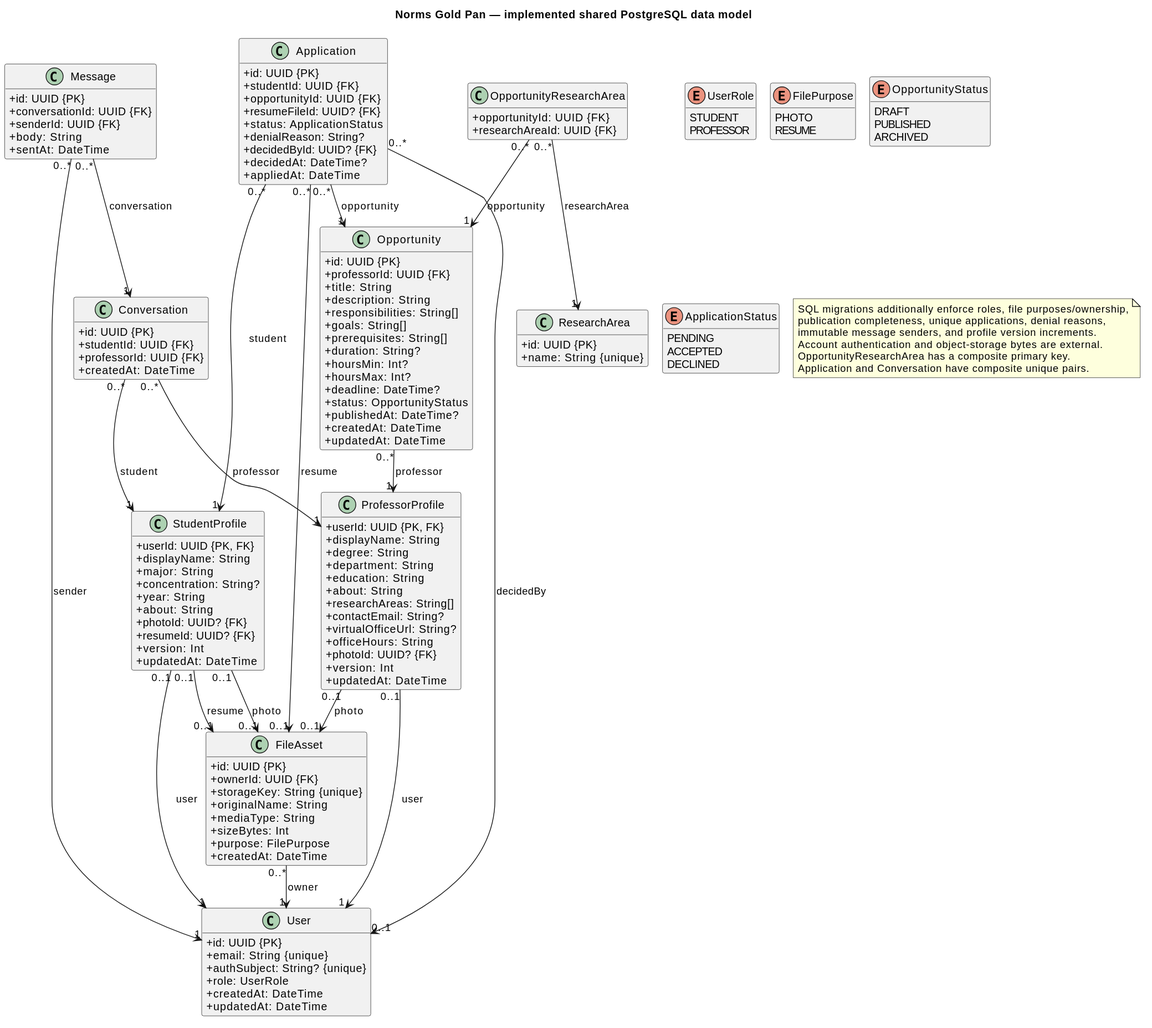
Before: docs/uml/shared-data-class.svg, a diagram exported from PlantUML (jclontz7-commits/3155implementation). The source it was exported from:
```plantuml
@startuml
!pragma layout smetana
skinparam classAttributeIconSize 0
skinparam shadowing false
skinparam backgroundColor white
hide methods
top to bottom direction
title Norms Gold Pan — implemented shared PostgreSQL data model
class User {
  +id: UUID {PK}
  +email: String {unique}
  +authSubject: String? {unique}
  +role: UserRole
  +createdAt: DateTime
  +updatedAt: DateTime
}
class FileAsset {
  +id: UUID {PK}
  +ownerId: UUID {FK}
  +storageKey: String {unique}
  +originalName: String
  +mediaType: String
  +sizeBytes: Int
  +purpose: FilePurpose
  +createdAt: DateTime
}
class StudentProfile {
  +userId: UUID {PK, FK}
  +displayName: String
  +major: String
  +concentration: String?
  +year: String
  +about: String
  +photoId: UUID? {FK}
  +resumeId: UUID? {FK}
  +version: Int
  +updatedAt: DateTime
}
class ProfessorProfile {
  +userId: UUID {PK, FK}
  +displayName: String
  +degree: String
  +department: String
  +education: String
  +about: String
  +researchAreas: String[]
  +contactEmail: String?
  +virtualOfficeUrl: String?
  +officeHours: String
  +photoId: UUID? {FK}
  +version: Int
  +updatedAt: DateTime
}
class ResearchArea {
  +id: UUID {PK}
  +name: String {unique}
}
class Opportunity {
  +id: UUID {PK}
  +professorId: UUID {FK}
  +title: String
  +description: String
  +responsibilities: String[]
  +goals: String[]
  +prerequisites: String[]
  +duration: String?
  +hoursMin: Int?
  +hoursMax: Int?
  +deadline: DateTime?
  +status: OpportunityStatus
  +publishedAt: DateTime?
  +createdAt: DateTime
  +updatedAt: DateTime
}
class OpportunityResearchArea {
  +opportunityId: UUID {FK}
  +researchAreaId: UUID {FK}
}
class Application {
  +id: UUID {PK}
  +studentId: UUID {FK}
  +opportunityId: UUID {FK}
  +resumeFileId: UUID? {FK}
  +status: ApplicationStatus
  +denialReason: String?
  +decidedById: UUID? {FK}
  +decidedAt: DateTime?
  +appliedAt: DateTime
}
class Conversation {
  +id: UUID {PK}
  +studentId: UUID {FK}
  +professorId: UUID {FK}
  +createdAt: DateTime
}
class Message {
  +id: UUID {PK}
  +conversationId: UUID {FK}
  +senderId: UUID {FK}
  +body: String
  +sentAt: DateTime
}
enum UserRole {
  STUDENT
  PROFESSOR
}
enum FilePurpose {
  PHOTO
  RESUME
}
enum OpportunityStatus {
  DRAFT
  PUBLISHED
  ARCHIVED
}
enum ApplicationStatus {
  PENDING
  ACCEPTED
  DECLINED
}
FileAsset "0..*" --> "1" User : owner
StudentProfile "0..1" --> "1" User : user
StudentProfile "0..1" --> "0..1" FileAsset : photo
StudentProfile "0..1" --> "0..1" FileAsset : resume
ProfessorProfile "0..1" --> "1" User : user
ProfessorProfile "0..1" --> "0..1" FileAsset : photo
Opportunity "0..*" --> "1" ProfessorProfile : professor
OpportunityResearchArea "0..*" --> "1" Opportunity : opportunity
OpportunityResearchArea "0..*" --> "1" ResearchArea : researchArea
Application "0..*" --> "1" StudentProfile : student
Application "0..*" --> "1" Opportunity : opportunity
Application "0..*" --> "0..1" FileAsset : resume
Application "0..*" --> "0..1" User : decidedBy
Conversation "0..*" --> "1" StudentProfile : student
Conversation "0..*" --> "1" ProfessorProfile : professor
Message "0..*" --> "1" Conversation : conversation
Message "0..*" --> "1" User : sender
note as Constraints
SQL migrations additionally enforce roles, file purposes/ownership,
publication completeness, unique applications, denial reasons,
immutable message senders, and profile version increments.
Account authentication and object-storage bytes are external.
OpportunityResearchArea has a composite primary key.
Application and Conversation have composite unique pairs.
end note
@enduml
```
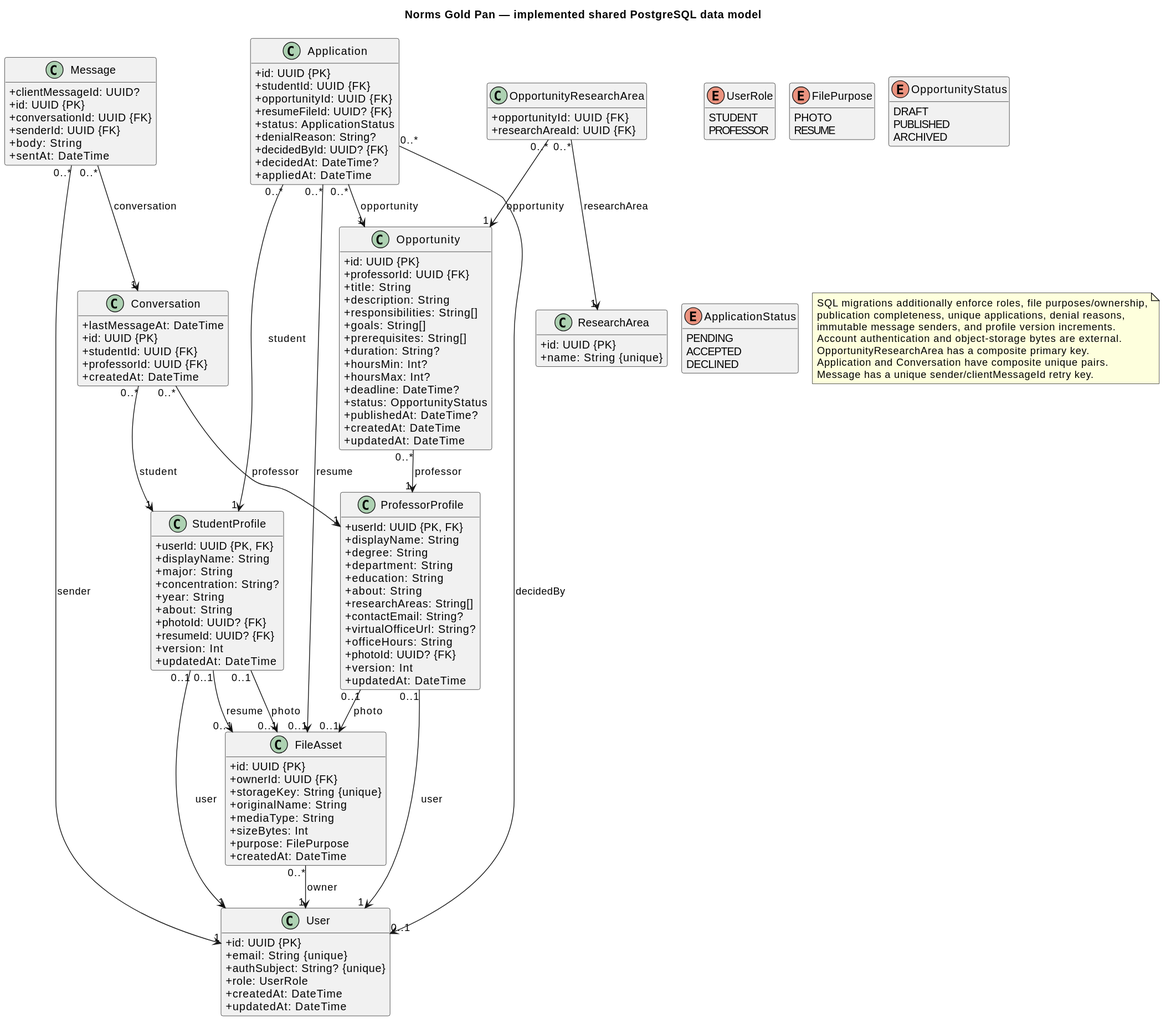
Later version of the same file.

Change to the diagram source:
```diff
@@ -88,12 +88,14 @@
   +appliedAt: DateTime
 }
 class Conversation {
+  +lastMessageAt: DateTime
   +id: UUID {PK}
   +studentId: UUID {FK}
   +professorId: UUID {FK}
   +createdAt: DateTime
 }
 class Message {
+  +clientMessageId: UUID?
   +id: UUID {PK}
   +conversationId: UUID {FK}
   +senderId: UUID {FK}
@@ -142,5 +144,6 @@
 Account authentication and object-storage bytes are external.
 OpportunityResearchArea has a composite primary key.
 Application and Conversation have composite unique pairs.
+Message has a unique sender/clientMessageId retry key.
 end note
 @enduml
```
